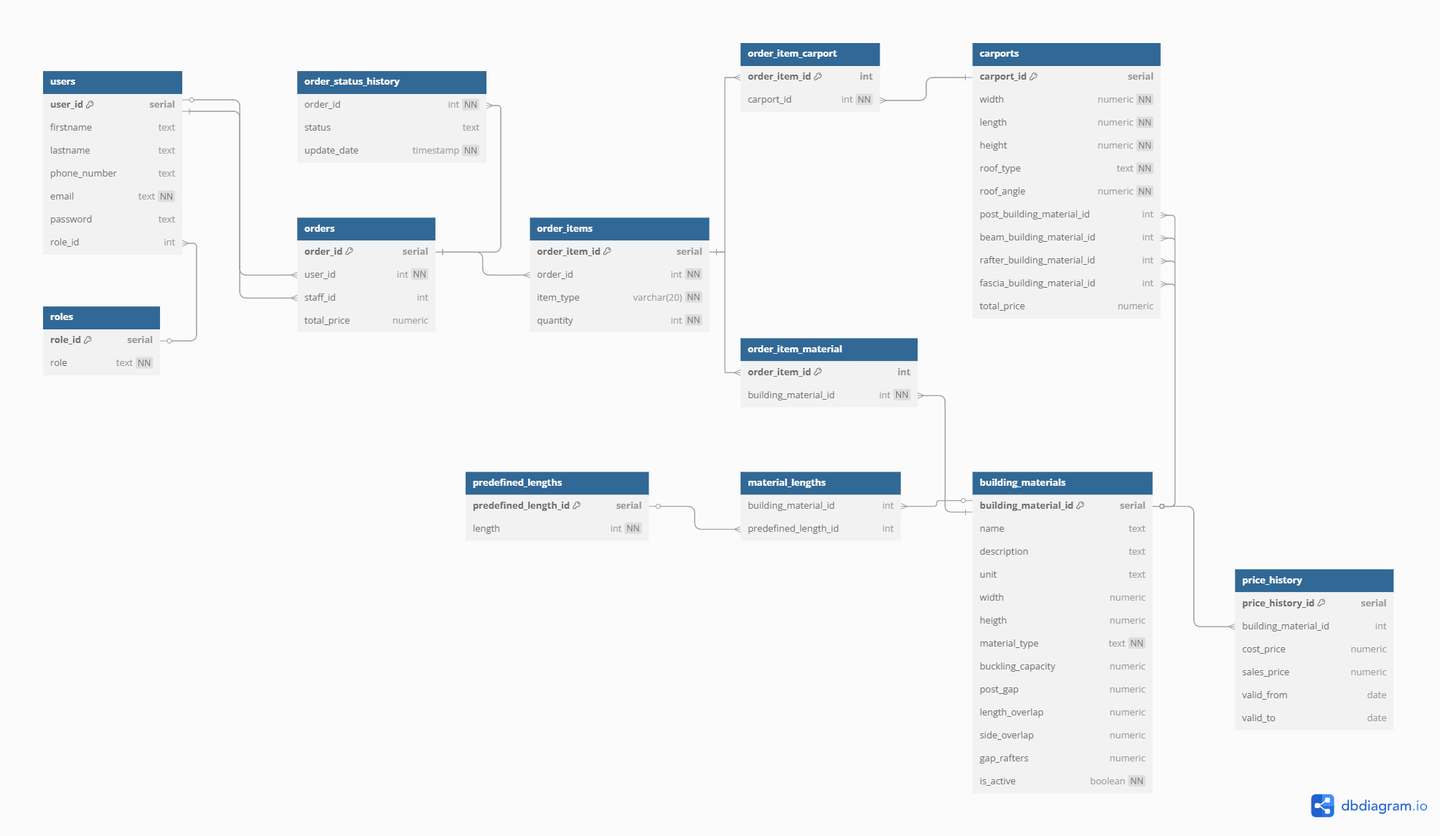
Earlier version of the PlantUML export docs/diagrams/ERD Carport.png (Styrse/Carport). Its source is kept beside it as docs/diagrams/ERD Carport.puml.
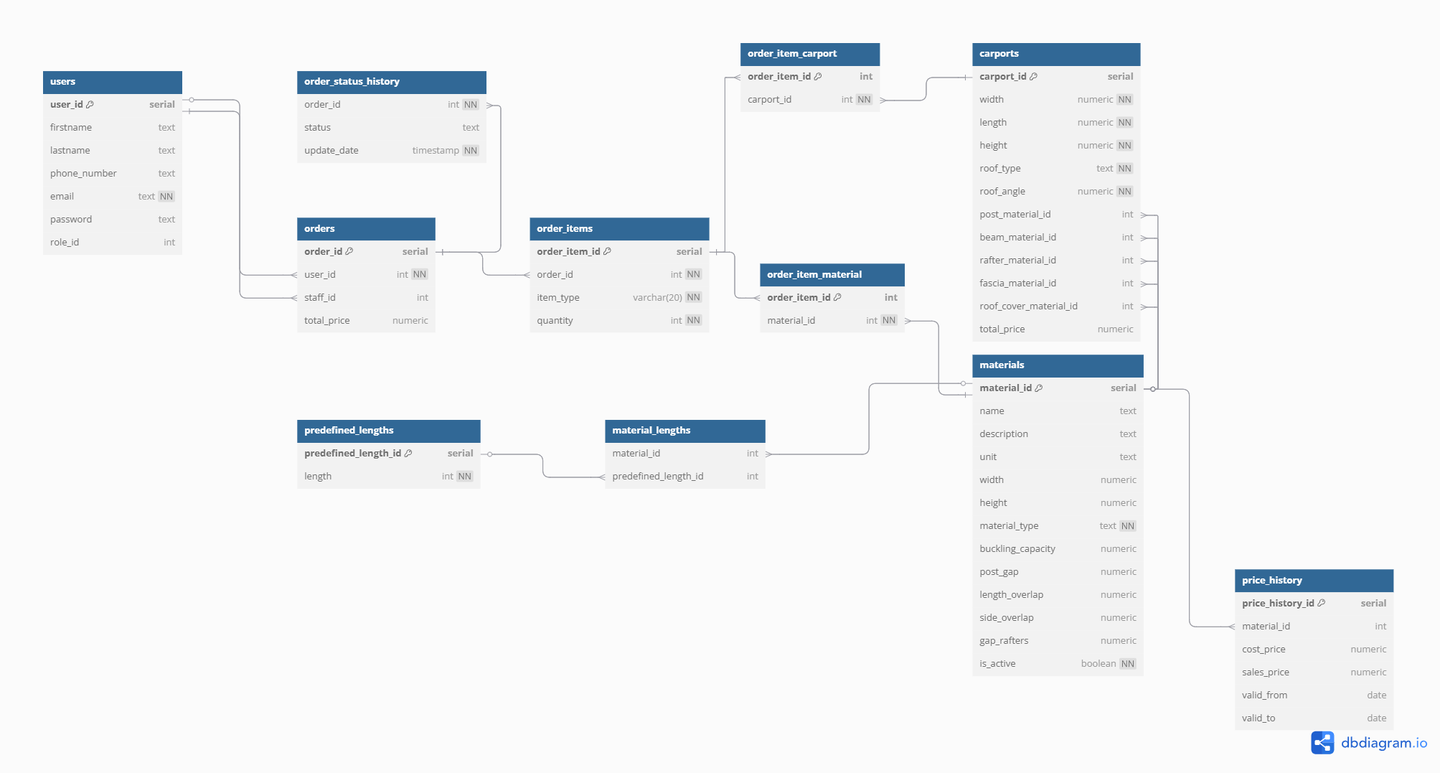
After the change.

Change to the diagram source:
```diff
@@ -1,112 +1,120 @@
 @startuml
-!theme plain
+skinparam linetype ortho
 
-entity users {
-  +user_id : serial
-  firstname : text
-  lastname : text
+entity "users" as users {
+  *user_id : serial <<pk>>
+  --
+  *firstname : text
+  *lastname : text
   phone_number : text
-  email : text <<unique, not null>>
-  password : text
+  *email : text <<unique>>
+  *password : text
   role_id : int
 }
 
-entity roles {
-  +role_id : serial
-  role : text <<unique, not null>>
-}
-
-entity orders {
-  +order_id : serial
-  user_id : int <<not null>>
-  staff_id : int
+entity "orders" as orders {
+  *order_id : serial <<pk>>
+  --
+  *user_id : int <<fk>>
+  staff_id : int <<fk>>
   total_price : numeric
 }
 
-entity order_status_history {
-  *order_id : int
+entity "order_status_history" as order_status_history {
+  *order_id : int <<fk>>
+  *update_date : timestamp <<default: now()>>
+  --
   status : text
-  update_date : timestamp <<not null, default: now()>>
-  -- PK: (order_id, update_date)
 }
 
-entity order_items {
-  +order_item_id : serial
-  order_id : int <<not null>>
-  item_type : varchar(20) <<CHECK ('carport', 'material')>>
-  quantity : int <<not null>>
+entity "order_items" as order_items {
+  *order_item_id : serial <<pk>>
+  --
+  *order_id : int <<fk>>
+  *item_type : varchar(20)
+  *quantity : int
 }
 
-entity order_item_carport {
-  *order_item_id : int
-  carport_id : int <<not null>>
+entity "order_item_carport" as order_item_carport {
+  *order_item_id : int <<pk, fk>>
+  --
+  *carport_id : int <<fk>>
 }
 
-entity order_item_material {
-  *order_item_id : int
-  material_id : int <<not null>>
+entity "order_item_material" as order_item_material {
+  *order_item_id : int <<pk, fk>>
+  --
+  *material_id : int <<fk>>
 }
 
-entity carports {
-  +carport_id : serial
-  width : numeric <<not null>>
-  length : numeric <<not null>>
-  height : numeric <<not null>>
-  roof_type : text <<not null>>
-  roof_angle : numeric <<not null>>
-  post_material_id : int
-  beam_material_id : int
-  rafter_material_id : int
-  fascia_material_id : int
+entity "carports" as carports {
+  *carport_id : serial <<pk>>
+  --
+  *width : numeric
+  *length : numeric
+  *height : numeric
+  *roof_type : text
+  *roof_angle : numeric
+  post_material_id : int <<fk>>
+  beam_material_id : int <<fk>>
+  rafter_material_id : int <<fk>>
+  fascia_material_id : int <<fk>>
+  roof_cover_material_id : int <<fk>>
   total_price : numeric
 }
 
-entity materials {
-  +material_id : serial
+entity "materials" as materials {
+  *material_id : serial <<pk>>
+  --
   name : text
   description : text
   unit : text
   width : numeric
   height : numeric
-  material_type : text <<not null>>
+  *material_type : text
   buckling_capacity : numeric
   post_gap : numeric
   length_overlap : numeric
   side_overlap : numeric
   gap_rafters : numeric
-  is_active : boolean <<not null>>
+  *is_active : boolean
 }
 
-entity predefined_lengths {
-  +predefined_length_id : serial
-  length : int <<not null>>
+entity "predefined_lengths" as predefined_lengths {
+  *predefined_length_id : serial <<pk>>
+  --
+  *length : int
 }
 
-entity material_lengths {
-  *material_id : int
-  *predefined_length_id : int
+entity "material_lengths" as material_lengths {
+  *material_id : int <<fk>>
+  *predefined_length_id : int <<fk>>
 }
 
-entity price_history {
-  +price_history_id : serial
-  material_id : int
+entity "price_history" as price_history {
+  *price_history_id : serial <<pk>>
+  --
+  material_id : int <<fk>>
   cost_price : numeric
   sales_price : numeric
   valid_from : date
   valid_to : date
 }
 
-users ||--o{ orders : user_id
-users ||--o{ orders : staff_id
-roles ||--o{ users : role_id
-orders ||--o{ order_status_history : order_id
-orders ||--o{ order_items : order_id
-order_items ||--|| order_item_carport : order_item_id
-order_items ||--|| order_item_material : order_item_id
-order_item_carport }o--|| carports : carport_id
-order_item_material }o--|| materials : material_id
-carports }o--|| materials : post_material etc.
-materials ||--o{ material_lengths : material_id
-predefined_lengths ||--o{ material_lengths : predefined_length_id
-materials ||--o{ price_history : material_id
+users ||--o{ orders : places
+users ||--o{ orders : processes
+orders ||--o{ order_status_history : has
+orders ||--o{ order_items : contains
+order_items ||--o{ order_item_carport : includes
+order_items ||--o{ order_item_material : includes
+order_item_carport ||--|| carports : references
+order_item_material ||--|| materials : references
+carports ||--|| materials : uses_post
+carports ||--|| materials : uses_beam
+carports ||--|| materials : uses_rafter
+carports ||--|| materials : uses_fascia
+carports ||--|| materials : uses_roof_cover
+materials ||--o{ material_lengths : has
+predefined_lengths ||--o{ material_lengths : defines
+materials ||--o{ price_history : has
 @enduml
```
